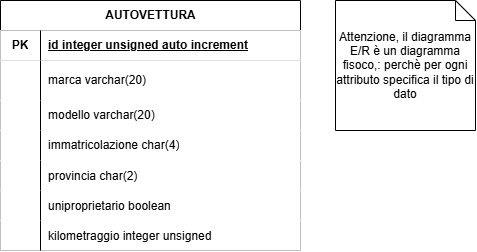
Above: UD_1/es1.drawio.png in M-bakoul/Informatica_26-27 (draw.io), before the change. Source tidied: cells renumbered, new cells last; positions are measured from the earlier drawing's top-left corner, leaving out a move shared by most shapes. The source it was exported from:
```xml
<mxGraphModel>
  <root>
    <mxCell id="0" />
    <mxCell id="1" parent="0" />
    <mxCell id="2" value="AUTOVETTURA" style="shape=table;startSize=30;rowLines=0;fontStyle=1;align=center;html=1;" parent="1" vertex="1">
      <mxGeometry width="300" height="250" as="geometry" />
    </mxCell>
    <mxCell id="3" style="shape=tableRow;horizontal=0;startSize=0;swimlaneHead=0;swimlaneBody=0;top=0;left=0;right=0;bottom=1;" parent="2" vertex="1">
      <mxGeometry y="30" width="300" height="30" as="geometry" />
    </mxCell>
    <mxCell id="4" value="PK" style="shape=partialRectangle;top=0;left=0;bottom=0;right=0;fontStyle=1;overflow=hidden;whiteSpace=wrap;html=1;" parent="3" vertex="1">
      <mxGeometry width="40" height="30" as="geometry" />
    </mxCell>
    <mxCell id="5" value="id integer unsigned auto increment" style="shape=partialRectangle;top=0;left=0;bottom=0;right=0;align=left;spacingLeft=6;fontStyle=5;overflow=hidden;whiteSpace=wrap;html=1;" parent="3" vertex="1">
      <mxGeometry x="40" width="260" height="30" as="geometry" />
    </mxCell>
    <mxCell id="6" style="shape=tableRow;horizontal=0;startSize=0;swimlaneHead=0;swimlaneBody=0;top=0;left=0;right=0;bottom=0;" parent="2" vertex="1">
      <mxGeometry y="60" width="300" height="40" as="geometry" />
    </mxCell>
    <mxCell id="7" style="shape=partialRectangle;top=0;left=0;bottom=0;right=0;overflow=hidden;whiteSpace=wrap;html=1;" parent="6" vertex="1">
      <mxGeometry width="40" height="40" as="geometry" />
    </mxCell>
    <mxCell id="8" value="marca varchar(20)" style="shape=partialRectangle;top=0;left=0;bottom=0;right=0;align=left;spacingLeft=6;overflow=hidden;whiteSpace=wrap;html=1;" parent="6" vertex="1">
      <mxGeometry x="40" width="260" height="40" as="geometry" />
    </mxCell>
    <mxCell id="9" style="shape=tableRow;horizontal=0;startSize=0;swimlaneHead=0;swimlaneBody=0;top=0;left=0;right=0;bottom=0;" parent="2" vertex="1">
      <mxGeometry y="100" width="300" height="30" as="geometry" />
    </mxCell>
    <mxCell id="10" style="shape=partialRectangle;top=0;left=0;bottom=0;right=0;overflow=hidden;whiteSpace=wrap;html=1;" parent="9" vertex="1">
      <mxGeometry width="40" height="30" as="geometry" />
    </mxCell>
    <mxCell id="11" value="modello varchar(20)" style="shape=partialRectangle;top=0;left=0;bottom=0;right=0;align=left;spacingLeft=6;overflow=hidden;whiteSpace=wrap;html=1;" parent="9" vertex="1">
      <mxGeometry x="40" width="260" height="30" as="geometry" />
    </mxCell>
    <mxCell id="12" style="shape=tableRow;horizontal=0;startSize=0;swimlaneHead=0;swimlaneBody=0;top=0;left=0;right=0;bottom=0;" parent="2" vertex="1">
      <mxGeometry y="130" width="300" height="30" as="geometry" />
    </mxCell>
    <mxCell id="13" style="shape=partialRectangle;top=0;left=0;bottom=0;right=0;overflow=hidden;whiteSpace=wrap;html=1;" parent="12" vertex="1">
      <mxGeometry width="40" height="30" as="geometry" />
    </mxCell>
    <mxCell id="14" value="immatricolazione char(4)" style="shape=partialRectangle;top=0;left=0;bottom=0;right=0;align=left;spacingLeft=6;overflow=hidden;whiteSpace=wrap;html=1;" parent="12" vertex="1">
      <mxGeometry x="40" width="260" height="30" as="geometry" />
    </mxCell>
    <mxCell id="15" style="shape=tableRow;horizontal=0;startSize=0;swimlaneHead=0;swimlaneBody=0;top=0;left=0;right=0;bottom=0;" parent="2" vertex="1">
      <mxGeometry y="160" width="300" height="30" as="geometry" />
    </mxCell>
    <mxCell id="16" style="shape=partialRectangle;top=0;left=0;bottom=0;right=0;overflow=hidden;" parent="15" vertex="1">
      <mxGeometry width="40" height="30" as="geometry" />
    </mxCell>
    <mxCell id="17" value="provincia char(2)" style="shape=partialRectangle;top=0;left=0;bottom=0;right=0;align=left;spacingLeft=6;overflow=hidden;" parent="15" vertex="1">
      <mxGeometry x="40" width="260" height="30" as="geometry" />
    </mxCell>
    <mxCell id="18" style="shape=tableRow;horizontal=0;startSize=0;swimlaneHead=0;swimlaneBody=0;top=0;left=0;right=0;bottom=0;" parent="2" vertex="1">
      <mxGeometry y="190" width="300" height="30" as="geometry" />
    </mxCell>
    <mxCell id="19" style="shape=partialRectangle;top=0;left=0;bottom=0;right=0;overflow=hidden;" parent="18" vertex="1">
      <mxGeometry width="40" height="30" as="geometry" />
    </mxCell>
    <mxCell id="20" value="uniproprietario boolean" style="shape=partialRectangle;top=0;left=0;bottom=0;right=0;align=left;spacingLeft=6;overflow=hidden;" parent="18" vertex="1">
      <mxGeometry x="40" width="260" height="30" as="geometry" />
    </mxCell>
    <mxCell id="21" style="shape=tableRow;horizontal=0;startSize=0;swimlaneHead=0;swimlaneBody=0;top=0;left=0;right=0;bottom=0;" parent="2" vertex="1">
      <mxGeometry y="220" width="300" height="30" as="geometry" />
    </mxCell>
    <mxCell id="22" style="shape=partialRectangle;top=0;left=0;bottom=0;right=0;overflow=hidden;" parent="21" vertex="1">
      <mxGeometry width="40" height="30" as="geometry" />
    </mxCell>
    <mxCell id="23" value="kilometraggio integer unsigned" style="shape=partialRectangle;top=0;left=0;bottom=0;right=0;align=left;spacingLeft=6;overflow=hidden;" parent="21" vertex="1">
      <mxGeometry x="40" width="260" height="30" as="geometry" />
    </mxCell>
    <mxCell id="24" value="&lt;div&gt;Attenzione, il diagramma E/R è un diagramma fisoco,: perchè per ogni attributo specifica il tipo di dato&lt;/div&gt;" style="shape=note;size=20;whiteSpace=wrap;html=1;" parent="1" vertex="1">
      <mxGeometry x="335" width="140" height="130" as="geometry" />
    </mxCell>
  </root>
</mxGraphModel>
```
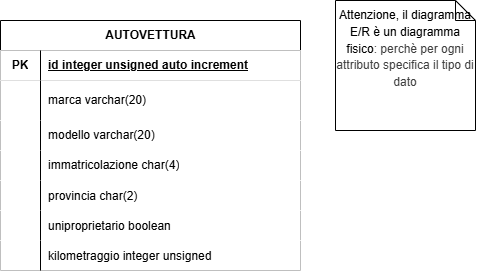
The same file after the commit.

What changed in the source:
```diff
@@ -68,8 +68,8 @@
     <mxCell id="23" value="kilometraggio integer unsigned" style="shape=partialRectangle;top=0;left=0;bottom=0;right=0;align=left;spacingLeft=6;overflow=hidden;" parent="21" vertex="1">
       <mxGeometry x="40" width="260" height="30" as="geometry" />
     </mxCell>
-    <mxCell id="24" value="&lt;div&gt;Attenzione, il diagramma E/R è un diagramma fisoco,: perchè per ogni attributo specifica il tipo di dato&lt;/div&gt;" style="shape=note;size=20;whiteSpace=wrap;html=1;" parent="1" vertex="1">
-      <mxGeometry x="335" width="140" height="130" as="geometry" />
+    <mxCell id="24" value="&lt;div style=&quot;line-height: 140%;&quot;&gt;Attenzione, il diagramma E/R è un diagramma fisico&lt;span style=&quot;color: rgb(63, 63, 63); background-color: transparent;&quot;&gt;: perchè per ogni attributo specifica il tipo di dato&lt;/span&gt;&lt;/div&gt;" style="shape=note;size=20;whiteSpace=wrap;html=1;verticalAlign=top;" parent="1" vertex="1">
+      <mxGeometry x="335" y="-20" width="140" height="130" as="geometry" />
     </mxCell>
   </root>
 </mxGraphModel>
```
